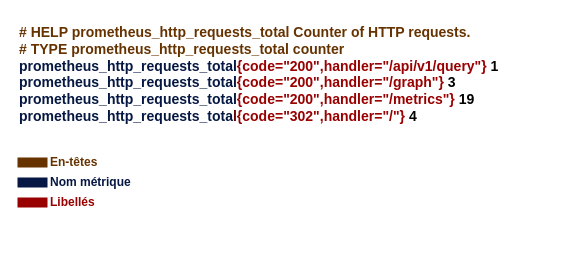
Before: page "Page-6" (4 of 9) of prometheus.drawio in oliv37/prometheus-article, a draw.io diagram. Source tidied: cells renumbered, new cells numbered last; positions are measured from the earlier drawing's top-left corner, leaving out a move shared by most shapes. Both pictures are drawn from the tidied source at 100%, with x=0, y=0 at pixel (17, 17).
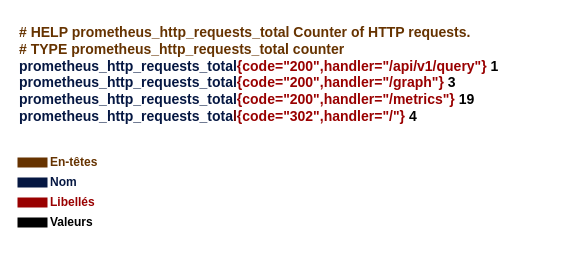
Above is the later version.

Commit message:
Mettre à jour prometheus.drawio

The edit, as a diff of the source:
```diff
@@
 <mxGraphModel>
   <root>
     <mxCell id="0" />
     <mxCell id="1" parent="0" />
     <mxCell id="2" value="&lt;div style=&quot;font-size: 14px;&quot; align=&quot;left&quot;&gt;&lt;b&gt;&lt;font style=&quot;font-size: 14px;&quot;&gt;&lt;font color=&quot;#663300&quot;&gt;# HELP prometheus_http_requests_total Counter of HTTP requests.&lt;br&gt;# TYPE prometheus_http_requests_total counter&lt;/font&gt;&lt;br&gt;&lt;font color=&quot;#051742&quot;&gt;prometheus_http_requests_total&lt;/font&gt;&lt;font color=&quot;#990000&quot;&gt;{code=&quot;200&quot;,handler=&quot;/api/v1/query&quot;}&lt;/font&gt; 1&lt;br&gt;&lt;font color=&quot;#051742&quot;&gt;prometheus_http_requests_total&lt;/font&gt;&lt;font color=&quot;#990000&quot;&gt;{code=&quot;200&quot;,handler=&quot;/graph&quot;}&lt;/font&gt; 3&lt;br&gt;&lt;font color=&quot;#051742&quot;&gt;prometheus_http_requests_total&lt;/font&gt;&lt;font color=&quot;#990000&quot;&gt;{code=&quot;200&quot;,handler=&quot;/metrics&quot;}&lt;/font&gt; 19&lt;br&gt;&lt;font color=&quot;#051742&quot;&gt;prometheus_http_requests_tota&lt;font color=&quot;#660000&quot;&gt;l&lt;/font&gt;&lt;/font&gt;&lt;font color=&quot;#990000&quot;&gt;{code=&quot;302&quot;,handler=&quot;/&quot;}&lt;/font&gt; 4&lt;/font&gt;&lt;/b&gt;&lt;/div&gt;" style="rounded=0;whiteSpace=wrap;html=1;align=left;strokeColor=none;verticalAlign=top;" parent="1" vertex="1">
-      <mxGeometry width="541" height="190" as="geometry" />
+      <mxGeometry width="541" height="220" as="geometry" />
     </mxCell>
     <mxCell id="3" style="rounded=0;whiteSpace=wrap;html=1;fontColor=#663300;labelBorderColor=none;labelBackgroundColor=none;fillColor=#663300;strokeColor=none;" parent="1" vertex="1">
       <mxGeometry y="140" width="30" height="10" as="geometry" />
     </mxCell>
     <mxCell id="4" style="rounded=0;whiteSpace=wrap;html=1;strokeColor=none;fillColor=#051742;" parent="1" vertex="1">
       <mxGeometry y="160" width="30" height="10" as="geometry" />
     </mxCell>
     <mxCell id="5" style="rounded=0;whiteSpace=wrap;html=1;strokeColor=none;fillColor=#990000;" parent="1" vertex="1">
       <mxGeometry y="180" width="30" height="10" as="geometry" />
     </mxCell>
     <mxCell id="6" value="&lt;div&gt;&lt;font color=&quot;#663300&quot;&gt;&lt;b&gt;En-têtes&lt;/b&gt;&lt;/font&gt;&lt;/div&gt;" style="text;strokeColor=none;align=left;fillColor=none;html=1;verticalAlign=middle;whiteSpace=wrap;rounded=0;" parent="1" vertex="1">
       <mxGeometry x="31" y="135" width="140" height="20" as="geometry" />
     </mxCell>
-    <mxCell id="7" value="&lt;div align=&quot;left&quot;&gt;&lt;font color=&quot;#051742&quot;&gt;&lt;span&gt;Nom métrique&lt;/span&gt;&lt;/font&gt;&lt;/div&gt;" style="text;strokeColor=none;align=left;fillColor=none;html=1;verticalAlign=middle;whiteSpace=wrap;rounded=0;fontStyle=1;" parent="1" vertex="1">
-      <mxGeometry x="31" y="155" width="91" height="20" as="geometry" />
+    <mxCell id="7" value="&lt;div align=&quot;left&quot;&gt;&lt;font color=&quot;#051742&quot;&gt;&lt;span&gt;Nom&lt;br&gt;&lt;/span&gt;&lt;/font&gt;&lt;/div&gt;" style="text;strokeColor=none;align=left;fillColor=none;html=1;verticalAlign=middle;whiteSpace=wrap;rounded=0;fontStyle=1;" parent="1" vertex="1">
+      <mxGeometry x="31" y="155" width="30" height="20" as="geometry" />
     </mxCell>
     <mxCell id="8" value="&lt;font color=&quot;#990000&quot;&gt;Libellés&lt;/font&gt;" style="text;strokeColor=none;align=left;fillColor=none;html=1;verticalAlign=middle;whiteSpace=wrap;rounded=0;fontStyle=1;" parent="1" vertex="1">
       <mxGeometry x="31" y="175" width="60" height="20" as="geometry" />
     </mxCell>
+    <mxCell id="9" value="Valeurs" style="text;strokeColor=none;align=left;fillColor=none;html=1;verticalAlign=middle;whiteSpace=wrap;rounded=0;fontStyle=1;" parent="1" vertex="1">
+      <mxGeometry x="31" y="195" width="91" height="20" as="geometry" />
+    </mxCell>
+    <mxCell id="10" style="rounded=0;whiteSpace=wrap;html=1;strokeColor=none;fillColor=#000000;labelBackgroundColor=none;" parent="1" vertex="1">
+      <mxGeometry y="200" width="30" height="10" as="geometry" />
+    </mxCell>
   </root>
 </mxGraphModel>
```
